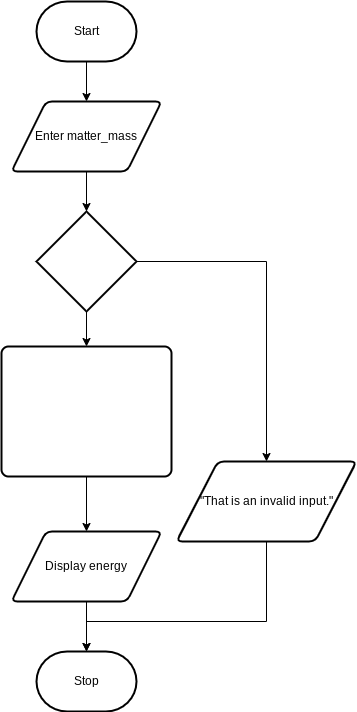
Rodas-Nega1/ics4u-unit-1-02-typescript keeps this draw.io diagram as flowchart.png. Above is the earlier version. Source tidied: cells renumbered, new cells last; positions are measured from the earlier drawing's top-left corner, leaving out a move shared by most shapes.
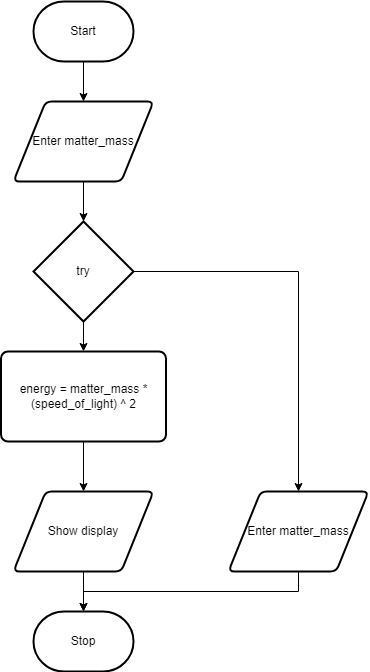
Later version of the same file.

Change to the diagram source:
```diff
@@ -2,67 +2,62 @@
   <root>
     <mxCell id="0" />
     <mxCell id="1" parent="0" />
+    <mxCell id="4" style="edgeStyle=none;html=1;" parent="1" edge="1" source="2">
+      <mxGeometry relative="1" as="geometry">
+        <mxPoint x="50" y="50" as="targetPoint" />
+      </mxGeometry>
+    </mxCell>
-    <mxCell id="2" style="edgeStyle=none;html=1;" parent="1" edge="1" source="3">
-      <mxGeometry relative="1" as="geometry">
-        <mxPoint x="85" y="100" as="targetPoint" />
-      </mxGeometry>
+    <mxCell id="2" value="Start" style="strokeWidth=2;html=1;shape=mxgraph.flowchart.terminator;whiteSpace=wrap;" parent="1" vertex="1">
+      <mxGeometry y="-50" width="100" height="60" as="geometry" />
     </mxCell>
+    <mxCell id="5" style="edgeStyle=none;html=1;" parent="1" edge="1" source="3">
+      <mxGeometry relative="1" as="geometry">
+        <mxPoint x="50" y="170" as="targetPoint" />
+      </mxGeometry>
+    </mxCell>
-    <mxCell id="3" value="Start" style="strokeWidth=2;html=1;shape=mxgraph.flowchart.terminator;whiteSpace=wrap;" parent="1" vertex="1">
-      <mxGeometry x="35" width="100" height="60" as="geometry" />
+    <mxCell id="3" value="Enter matter_mass" style="shape=parallelogram;html=1;strokeWidth=2;perimeter=parallelogramPerimeter;whiteSpace=wrap;rounded=1;arcSize=12;size=0.23;" parent="1" vertex="1">
+      <mxGeometry x="-20" y="50" width="140" height="80" as="geometry" />
     </mxCell>
-    <mxCell id="4" style="edgeStyle=none;html=1;" parent="1" edge="1" source="5">
-      <mxGeometry relative="1" as="geometry">
-        <mxPoint x="85" y="210" as="targetPoint" />
-      </mxGeometry>
-    </mxCell>
-    <mxCell id="5" value="Enter matter_mass" style="shape=parallelogram;html=1;strokeWidth=2;perimeter=parallelogramPerimeter;whiteSpace=wrap;rounded=1;arcSize=12;size=0.23;" parent="1" vertex="1">
-      <mxGeometry x="10" y="100" width="150" height="70" as="geometry" />
-    </mxCell>
+    <mxCell id="18" style="edgeStyle=none;html=1;" parent="1" edge="1" source="11" target="19">
+      <mxGeometry relative="1" as="geometry" />
+    </mxCell>
-    <mxCell id="6" style="edgeStyle=none;html=1;entryX=0.5;entryY=0;entryDx=0;entryDy=0;fontColor=#FFFFFF;" parent="1" edge="1" source="7" target="14">
-      <mxGeometry relative="1" as="geometry" />
+    <mxCell id="6" style="edgeStyle=none;html=1;entryX=0.5;entryY=0;entryDx=0;entryDy=0;exitX=1;exitY=0.5;exitDx=0;exitDy=0;exitPerimeter=0;rounded=0;" parent="1" edge="1" source="11" target="12">
+      <mxGeometry relative="1" as="geometry">
+        <Array as="points">
+          <mxPoint x="265" y="220" />
+        </Array>
+      </mxGeometry>
     </mxCell>
-    <mxCell id="7" value="&lt;font color=&quot;#ffffff&quot;&gt;energy = matter_mass(speed_of_light)&lt;span style=&quot;font-family: &amp;#34;arial&amp;#34; , sans-serif ; font-size: 14px ; text-align: left&quot;&gt;²&lt;/span&gt;&lt;/font&gt;" style="rounded=1;whiteSpace=wrap;html=1;absoluteArcSize=1;arcSize=14;strokeWidth=2;" parent="1" vertex="1">
-      <mxGeometry y="345" width="170" height="130" as="geometry" />
-    </mxCell>
+    <mxCell id="11" value="try" style="strokeWidth=2;html=1;shape=mxgraph.flowchart.decision;whiteSpace=wrap;" parent="1" vertex="1">
+      <mxGeometry y="170" width="100" height="100" as="geometry" />
+    </mxCell>
-    <mxCell id="8" value="Stop" style="strokeWidth=2;html=1;shape=mxgraph.flowchart.terminator;whiteSpace=wrap;" parent="1" vertex="1">
-      <mxGeometry x="35" y="650" width="100" height="60" as="geometry" />
+    <mxCell id="8" style="edgeStyle=none;html=1;" parent="1" edge="1" source="19">
+      <mxGeometry relative="1" as="geometry">
+        <mxPoint x="50" y="440" as="targetPoint" />
+      </mxGeometry>
     </mxCell>
+    <mxCell id="19" value="energy = matter_mass * (speed_of_light) ^ 2" style="rounded=1;whiteSpace=wrap;html=1;absoluteArcSize=1;arcSize=14;strokeWidth=2;" parent="1" vertex="1">
+      <mxGeometry x="-32.5" y="300" width="165" height="90" as="geometry" />
+    </mxCell>
-    <mxCell id="9" style="edgeStyle=none;html=1;entryX=0.5;entryY=0;entryDx=0;entryDy=0;fontColor=#FFFFFF;" parent="1" edge="1" source="11" target="7">
+    <mxCell id="9" style="edgeStyle=none;html=1;entryX=0.5;entryY=0;entryDx=0;entryDy=0;entryPerimeter=0;" parent="1" edge="1" source="20" target="21">
       <mxGeometry relative="1" as="geometry" />
     </mxCell>
-    <mxCell id="10" style="edgeStyle=none;html=1;fontColor=#FFFFFF;rounded=0;" parent="1" edge="1" source="11">
-      <mxGeometry relative="1" as="geometry">
-        <mxPoint x="265" y="460" as="targetPoint" />
-        <Array as="points">
-          <mxPoint x="265" y="260" />
-        </Array>
-      </mxGeometry>
-    </mxCell>
-    <mxCell id="11" value="try" style="strokeWidth=2;html=1;shape=mxgraph.flowchart.decision;whiteSpace=wrap;labelBackgroundColor=none;fontColor=#FFFFFF;" parent="1" vertex="1">
-      <mxGeometry x="35" y="210" width="100" height="100" as="geometry" />
-    </mxCell>
+    <mxCell id="20" value="Show display" style="shape=parallelogram;html=1;strokeWidth=2;perimeter=parallelogramPerimeter;whiteSpace=wrap;rounded=1;arcSize=12;size=0.23;" parent="1" vertex="1">
+      <mxGeometry x="-20" y="440" width="140" height="80" as="geometry" />
+    </mxCell>
+    <mxCell id="21" value="Stop" style="strokeWidth=2;html=1;shape=mxgraph.flowchart.terminator;whiteSpace=wrap;" parent="1" vertex="1">
+      <mxGeometry y="560" width="100" height="60" as="geometry" />
+    </mxCell>
+    <mxCell id="13" style="edgeStyle=none;rounded=0;html=1;entryX=0.5;entryY=0;entryDx=0;entryDy=0;entryPerimeter=0;exitX=0.5;exitY=1;exitDx=0;exitDy=0;" parent="1" edge="1" source="12" target="21">
+      <mxGeometry relative="1" as="geometry">
+        <Array as="points">
+          <mxPoint x="265" y="540" />
+          <mxPoint x="50" y="540" />
+        </Array>
+      </mxGeometry>
+    </mxCell>
-    <mxCell id="12" value="Yes&lt;br&gt;" style="text;html=1;align=center;verticalAlign=middle;points=[];fillColor=none;strokeColor=none;rounded=0;labelBackgroundColor=none;fontColor=#FFFFFF;" parent="1" vertex="1">
-      <mxGeometry x="49" y="310" width="40" height="20" as="geometry" />
+    <mxCell id="12" value="Enter matter_mass" style="shape=parallelogram;html=1;strokeWidth=2;perimeter=parallelogramPerimeter;whiteSpace=wrap;rounded=1;arcSize=12;size=0.23;" parent="1" vertex="1">
+      <mxGeometry x="195" y="440" width="140" height="80" as="geometry" />
     </mxCell>
-    <mxCell id="13" style="edgeStyle=none;html=1;entryX=0.5;entryY=0;entryDx=0;entryDy=0;entryPerimeter=0;fontColor=#FFFFFF;" parent="1" edge="1" source="14" target="8">
-      <mxGeometry relative="1" as="geometry" />
-    </mxCell>
-    <mxCell id="14" value="Display energy" style="shape=parallelogram;html=1;strokeWidth=2;perimeter=parallelogramPerimeter;whiteSpace=wrap;rounded=1;arcSize=12;size=0.23;" parent="1" vertex="1">
-      <mxGeometry x="10" y="530" width="150" height="70" as="geometry" />
-    </mxCell>
-    <mxCell id="15" value="Exception&lt;br&gt;" style="text;html=1;align=center;verticalAlign=middle;fillColor=none;strokeColor=none;rounded=0;labelBackgroundColor=none;fontColor=#FFFFFF;" parent="1" vertex="1">
-      <mxGeometry x="160" y="260" width="70" height="20" as="geometry" />
-    </mxCell>
-    <mxCell id="16" style="edgeStyle=none;rounded=0;html=1;entryX=0.5;entryY=0;entryDx=0;entryDy=0;entryPerimeter=0;fontColor=#FFFFFF;" parent="1" edge="1" source="17" target="8">
-      <mxGeometry relative="1" as="geometry">
-        <Array as="points">
-          <mxPoint x="265" y="620" />
-          <mxPoint x="85" y="620" />
-        </Array>
-      </mxGeometry>
-    </mxCell>
-    <mxCell id="17" value="&quot;That is an invalid input.&quot;" style="shape=parallelogram;html=1;strokeWidth=2;perimeter=parallelogramPerimeter;whiteSpace=wrap;rounded=1;arcSize=12;size=0.23;" parent="1" vertex="1">
-      <mxGeometry x="175" y="460" width="180" height="80" as="geometry" />
-    </mxCell>
   </root>
 </mxGraphModel>
```
